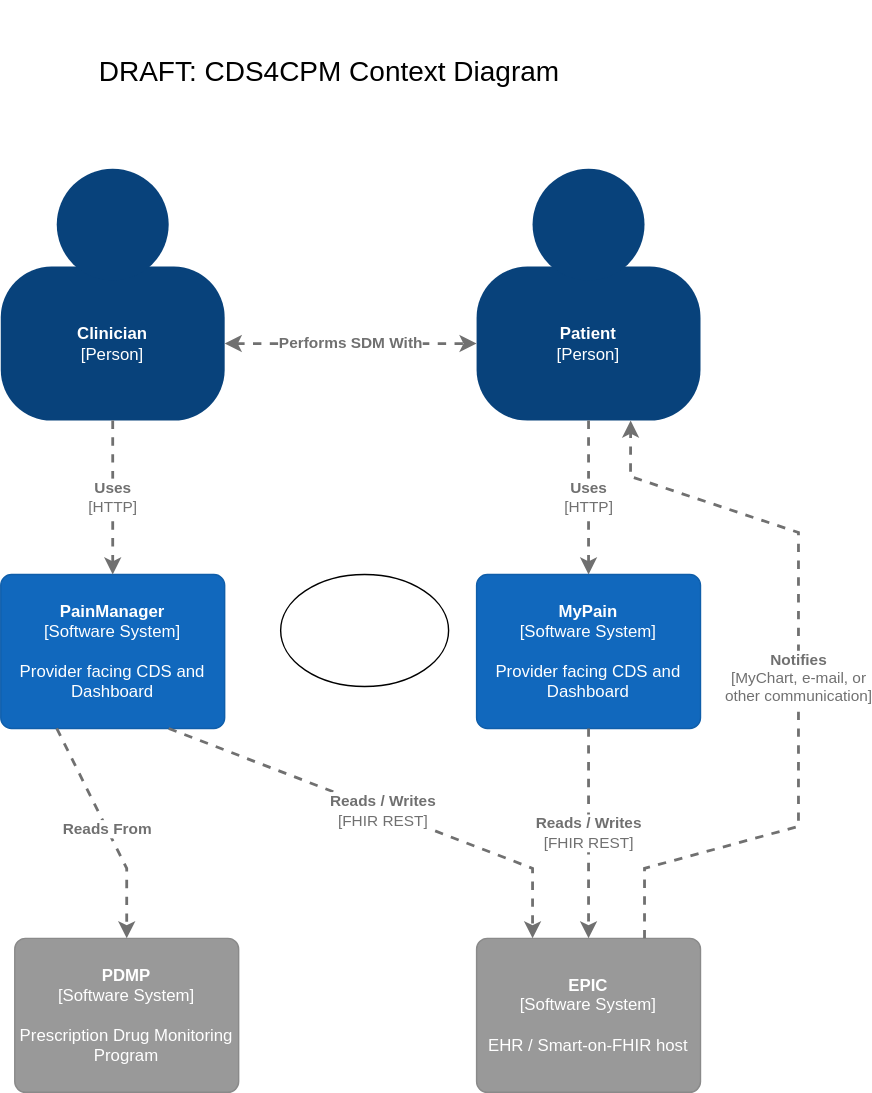
The draw.io diagram input/pagecontent/assets/diagrams/context-new.svg in cqframework/cds4cpm, before a commit. Source tidied: cells renumbered, new cells last; positions are measured from the earlier drawing's top-left corner, leaving out a move shared by most shapes.
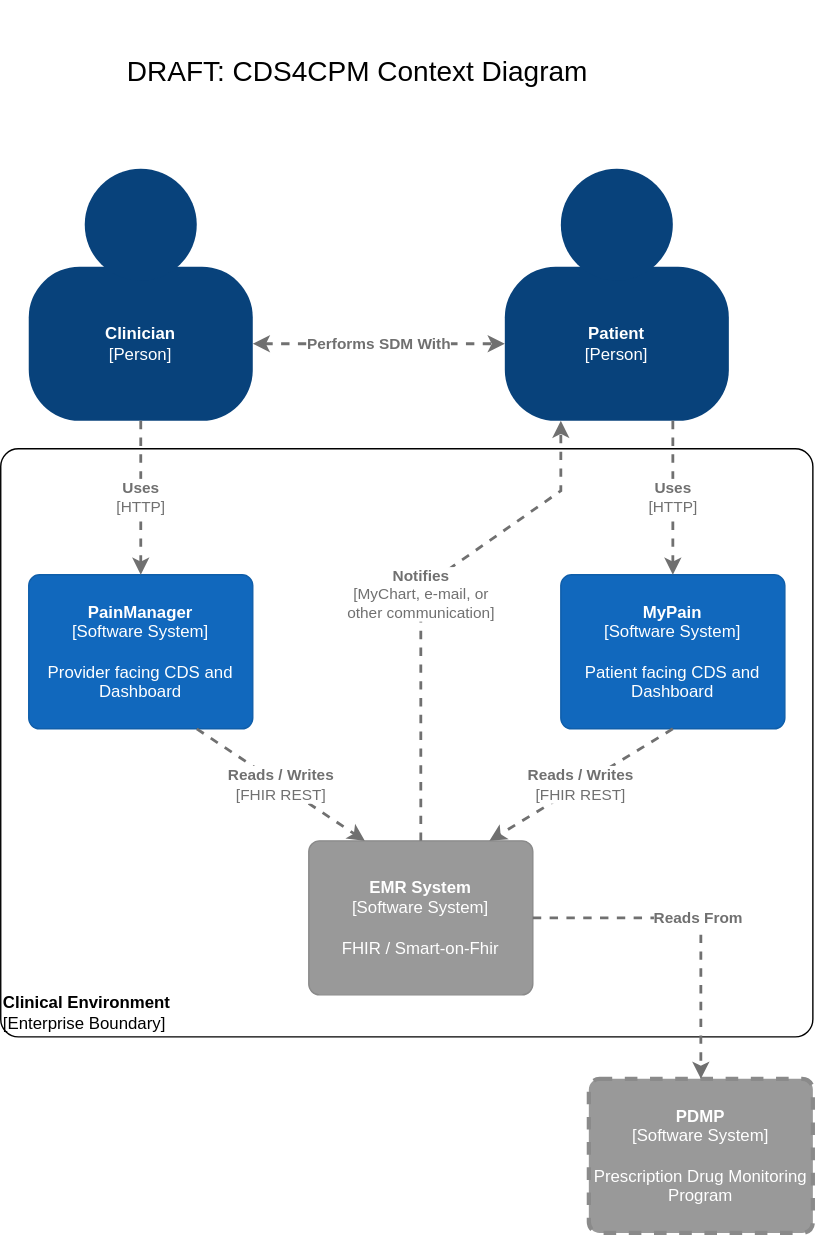
The same diagram one commit later.

What changed in the source:
```diff
@@ -2,6 +2,11 @@
   <root>
     <mxCell id="0" />
     <mxCell id="1" parent="0" />
+    <object id="21" label="&lt;div style=&quot;text-align: left&quot;&gt;&lt;b&gt;Clinical Environment&lt;/b&gt;&lt;br&gt;&lt;/div&gt;&lt;div style=&quot;text-align: left&quot;&gt;[Enterprise Boundary]&lt;/div&gt;" c4Application="applicationAndVersion" c4Name="name" c4Type="ExecutionEnvironment" placeholders="1">
+      <mxCell style="rounded=1;whiteSpace=wrap;html=1;labelBackgroundColor=none;fillColor=#ffffff;fontColor=#000000;align=left;arcSize=3;strokeColor=#000000;verticalAlign=bottom;" parent="1" vertex="1">
+        <mxGeometry x="-20" y="320" width="580" height="420" as="geometry" />
+      </mxCell>
+    </object>
     <mxCell id="2" style="group;rounded=0;labelBackgroundColor=none;fillColor=none;fontColor=#ffffff;align=center;html=1;" parent="1" vertex="1">
       <mxGeometry y="120" width="160" height="180" as="geometry" />
     </mxCell>
@@ -29,52 +34,46 @@
         <mxGeometry y="410" width="160" height="110" as="geometry" />
       </mxCell>
     </object>
-    <object id="9" label="&lt;b&gt;MyPain&lt;/b&gt;&lt;div&gt;[Software System]&lt;/div&gt;&lt;div&gt;&lt;br&gt;&lt;/div&gt;&lt;div&gt;Provider facing CDS and Dashboard&lt;br&gt;&lt;/div&gt;" c4Description="Description" c4Name="name" c4Type="SoftwareSystem" placeholders="1">
+    <object id="9" label="&lt;b&gt;MyPain&lt;/b&gt;&lt;div&gt;[Software System]&lt;/div&gt;&lt;div&gt;&lt;br&gt;&lt;/div&gt;&lt;div&gt;Patient facing CDS and Dashboard&lt;br&gt;&lt;/div&gt;" c4Description="Description" c4Name="name" c4Type="SoftwareSystem" placeholders="1">
       <mxCell style="rounded=1;whiteSpace=wrap;html=1;labelBackgroundColor=none;fillColor=#1168bd;fontColor=#ffffff;align=center;arcSize=7;strokeColor=#0f5eaa;" parent="1" vertex="1">
-        <mxGeometry x="340" y="410" width="160" height="110" as="geometry" />
+        <mxGeometry x="380" y="410" width="160" height="110" as="geometry" />
       </mxCell>
     </object>
     <object id="10" label="&lt;b&gt;PDMP&lt;/b&gt;&lt;div&gt;[Software System]&lt;/div&gt;&lt;div&gt;&lt;br&gt;&lt;/div&gt;&lt;div&gt;Prescription Drug Monitoring Program&lt;br&gt;&lt;/div&gt;" c4Description="Description" c4Name="name" c4Type="SoftwareSystemDependency" placeholders="1">
-      <mxCell style="rounded=1;whiteSpace=wrap;html=1;labelBackgroundColor=none;fillColor=#999999;fontColor=#ffffff;align=center;arcSize=7;strokeColor=#8a8a8a;" parent="1" vertex="1">
-        <mxGeometry x="10" y="670" width="160" height="110" as="geometry" />
+      <mxCell style="rounded=1;whiteSpace=wrap;html=1;labelBackgroundColor=none;fillColor=#999999;fontColor=#ffffff;align=center;arcSize=7;strokeColor=#8a8a8a;dashed=1;strokeWidth=3;" parent="1" vertex="1">
+        <mxGeometry x="400" y="770" width="160" height="110" as="geometry" />
       </mxCell>
     </object>
-    <object id="11" label="&lt;b&gt;EPIC&lt;/b&gt;&lt;div&gt;[Software System]&lt;/div&gt;&lt;div&gt;&lt;br&gt;&lt;/div&gt;&lt;div&gt;EHR / Smart-on-FHIR host&lt;br&gt;&lt;/div&gt;" c4Description="Description" c4Name="name" c4Type="SoftwareSystemDependency" placeholders="1">
+    <object id="11" label="&lt;b&gt;EMR System&lt;br&gt;&lt;/b&gt;&lt;div&gt;[Software System]&lt;/div&gt;&lt;div&gt;&lt;br&gt;&lt;/div&gt;&lt;div&gt;FHIR / Smart-on-Fhir&lt;br&gt;&lt;/div&gt;" c4Description="Description" c4Name="name" c4Type="SoftwareSystemDependency" placeholders="1">
       <mxCell style="rounded=1;whiteSpace=wrap;html=1;labelBackgroundColor=none;fillColor=#999999;fontColor=#ffffff;align=center;arcSize=7;strokeColor=#8a8a8a;" parent="1" vertex="1">
-        <mxGeometry x="340" y="670" width="160" height="110" as="geometry" />
+        <mxGeometry x="200" y="600" width="160" height="110" as="geometry" />
       </mxCell>
     </object>
-    <mxCell id="12" value="&lt;div style=&quot;text-align: left&quot;&gt;&lt;b&gt;Reads From&lt;br&gt;&lt;/b&gt;&lt;/div&gt;" style="edgeStyle=none;rounded=0;html=1;entryX=0.5;entryY=0;jettySize=auto;strokeColor=#707070;strokeWidth=2;fontColor=#707070;jumpStyle=none;dashed=1;exitX=0.25;exitY=1;exitDx=0;exitDy=0;entryDx=0;entryDy=0;" parent="1" edge="1" source="8" target="10">
+    <mxCell id="12" value="&lt;div style=&quot;text-align: left&quot;&gt;&lt;b&gt;Reads From&lt;br&gt;&lt;/b&gt;&lt;/div&gt;" style="edgeStyle=none;rounded=0;html=1;jettySize=auto;strokeColor=#707070;strokeWidth=2;fontColor=#707070;jumpStyle=none;dashed=1;exitX=1;exitY=0.5;exitDx=0;exitDy=0;entryX=0.5;entryY=0;entryDx=0;entryDy=0;" parent="1" edge="1" source="11" target="10">
       <mxGeometry relative="1" as="geometry">
         <Array as="points">
-          <mxPoint x="90" y="620" />
+          <mxPoint x="480" y="655" />
         </Array>
       </mxGeometry>
     </mxCell>
     <mxCell id="13" value="&lt;div style=&quot;text-align: left&quot;&gt;&lt;b&gt;Reads / Writes&lt;br&gt;&lt;/b&gt;&lt;div style=&quot;text-align: center&quot;&gt;[FHIR REST]&lt;/div&gt;&lt;/div&gt;" style="edgeStyle=none;rounded=0;html=1;entryX=0.25;entryY=0;jettySize=auto;strokeColor=#707070;strokeWidth=2;fontColor=#707070;jumpStyle=none;dashed=1;exitX=0.75;exitY=1;exitDx=0;exitDy=0;entryDx=0;entryDy=0;" parent="1" edge="1" source="8" target="11">
-      <mxGeometry relative="1" as="geometry">
-        <Array as="points">
-          <mxPoint x="380" y="620" />
-        </Array>
-      </mxGeometry>
+      <mxGeometry relative="1" as="geometry" />
     </mxCell>
-    <mxCell id="14" value="&lt;div style=&quot;text-align: left&quot;&gt;&lt;b&gt;Reads / Writes&lt;br&gt;&lt;/b&gt;&lt;div style=&quot;text-align: center&quot;&gt;[FHIR REST]&lt;/div&gt;&lt;/div&gt;" style="edgeStyle=none;rounded=0;html=1;entryX=0.5;entryY=0;jettySize=auto;strokeColor=#707070;strokeWidth=2;fontColor=#707070;jumpStyle=none;dashed=1;exitX=0.5;exitY=1;exitDx=0;exitDy=0;entryDx=0;entryDy=0;" parent="1" edge="1" source="9" target="11">
+    <mxCell id="14" value="&lt;div style=&quot;text-align: left&quot;&gt;&lt;b&gt;Reads / Writes&lt;br&gt;&lt;/b&gt;&lt;div style=&quot;text-align: center&quot;&gt;[FHIR REST]&lt;/div&gt;&lt;/div&gt;" style="edgeStyle=none;rounded=0;html=1;entryX=0.806;entryY=0;jettySize=auto;strokeColor=#707070;strokeWidth=2;fontColor=#707070;jumpStyle=none;dashed=1;exitX=0.5;exitY=1;exitDx=0;exitDy=0;entryDx=0;entryDy=0;entryPerimeter=0;" parent="1" edge="1" source="9" target="11">
       <mxGeometry relative="1" as="geometry" />
     </mxCell>
-    <mxCell id="15" value="&lt;div&gt;&lt;div align=&quot;center&quot;&gt;&lt;b&gt;Notifies&lt;/b&gt;&lt;/div&gt;&lt;div style=&quot;text-align: center&quot;&gt;[MyChart, e-mail, or &lt;br&gt;other communication]&lt;/div&gt;&lt;/div&gt;" style="edgeStyle=none;rounded=0;html=1;entryX=0.688;entryY=1;jettySize=auto;strokeColor=#707070;strokeWidth=2;fontColor=#707070;jumpStyle=none;dashed=1;entryDx=0;entryDy=0;entryPerimeter=0;exitX=0.75;exitY=0;exitDx=0;exitDy=0;" parent="1" edge="1" source="11" target="6">
+    <mxCell id="15" value="&lt;div&gt;&lt;div align=&quot;center&quot;&gt;&lt;b&gt;Notifies&lt;/b&gt;&lt;/div&gt;&lt;div style=&quot;text-align: center&quot;&gt;[MyChart, e-mail, or &lt;br&gt;other communication]&lt;/div&gt;&lt;/div&gt;" style="edgeStyle=none;rounded=0;html=1;entryX=0.25;entryY=1;jettySize=auto;strokeColor=#707070;strokeWidth=2;fontColor=#707070;jumpStyle=none;dashed=1;entryDx=0;entryDy=0;exitX=0.5;exitY=0;exitDx=0;exitDy=0;" parent="1" edge="1" source="11" target="6">
       <mxGeometry relative="1" as="geometry">
         <Array as="points">
-          <mxPoint x="460" y="620" />
-          <mxPoint x="570" y="590" />
-          <mxPoint x="570" y="380" />
-          <mxPoint x="450" y="340" />
+          <mxPoint x="280" y="420" />
+          <mxPoint x="380" y="350" />
         </Array>
       </mxGeometry>
     </mxCell>
     <mxCell id="16" value="&lt;div&gt;&lt;div align=&quot;center&quot;&gt;&lt;b&gt;Uses&lt;/b&gt;&lt;/div&gt;&lt;div style=&quot;text-align: center&quot;&gt;[HTTP]&lt;/div&gt;&lt;/div&gt;" style="edgeStyle=none;rounded=0;html=1;entryX=0.5;entryY=0;jettySize=auto;strokeColor=#707070;strokeWidth=2;fontColor=#707070;jumpStyle=none;dashed=1;exitX=0.5;exitY=1;exitDx=0;exitDy=0;entryDx=0;entryDy=0;" parent="1" edge="1" source="3" target="8">
       <mxGeometry relative="1" as="geometry" />
     </mxCell>
-    <mxCell id="17" value="&lt;div&gt;&lt;div align=&quot;center&quot;&gt;&lt;b&gt;Uses&lt;/b&gt;&lt;/div&gt;&lt;div style=&quot;text-align: center&quot;&gt;[HTTP]&lt;/div&gt;&lt;/div&gt;" style="edgeStyle=none;rounded=0;html=1;entryX=0.5;entryY=0;jettySize=auto;strokeColor=#707070;strokeWidth=2;fontColor=#707070;jumpStyle=none;dashed=1;exitX=0.5;exitY=1;exitDx=0;exitDy=0;entryDx=0;entryDy=0;" parent="1" edge="1" source="6" target="9">
+    <mxCell id="17" value="&lt;div&gt;&lt;div align=&quot;center&quot;&gt;&lt;b&gt;Uses&lt;/b&gt;&lt;/div&gt;&lt;div style=&quot;text-align: center&quot;&gt;[HTTP]&lt;/div&gt;&lt;/div&gt;" style="edgeStyle=none;rounded=0;html=1;entryX=0.5;entryY=0;jettySize=auto;strokeColor=#707070;strokeWidth=2;fontColor=#707070;jumpStyle=none;dashed=1;entryDx=0;entryDy=0;exitX=0.75;exitY=1;exitDx=0;exitDy=0;" parent="1" edge="1" source="6" target="9">
       <mxGeometry relative="1" as="geometry" />
     </mxCell>
     <mxCell id="18" value="&lt;div style=&quot;text-align: left&quot;&gt;&lt;b&gt;Performs SDM With&lt;br&gt;&lt;/b&gt;&lt;/div&gt;" style="edgeStyle=none;rounded=0;html=1;jettySize=auto;strokeColor=#707070;strokeWidth=2;fontColor=#707070;jumpStyle=none;dashed=1;startArrow=classic;startFill=1;exitX=1;exitY=0.5;exitDx=0;exitDy=0;" parent="1" edge="1" source="3" target="6">
@@ -83,8 +82,5 @@
     <mxCell id="19" value="DRAFT: CDS4CPM Context Diagram" style="text;html=1;strokeColor=none;fillColor=none;align=center;verticalAlign=middle;whiteSpace=wrap;rounded=0;fontSize=20;fontColor=#000000;" parent="1" vertex="1">
       <mxGeometry width="470" height="100" as="geometry" />
     </mxCell>
-    <mxCell id="20" style="ellipse;whiteSpace=wrap;html=1;" parent="1" vertex="1">
-      <mxGeometry x="200" y="410" width="120" height="80" as="geometry" />
-    </mxCell>
   </root>
 </mxGraphModel>
```
